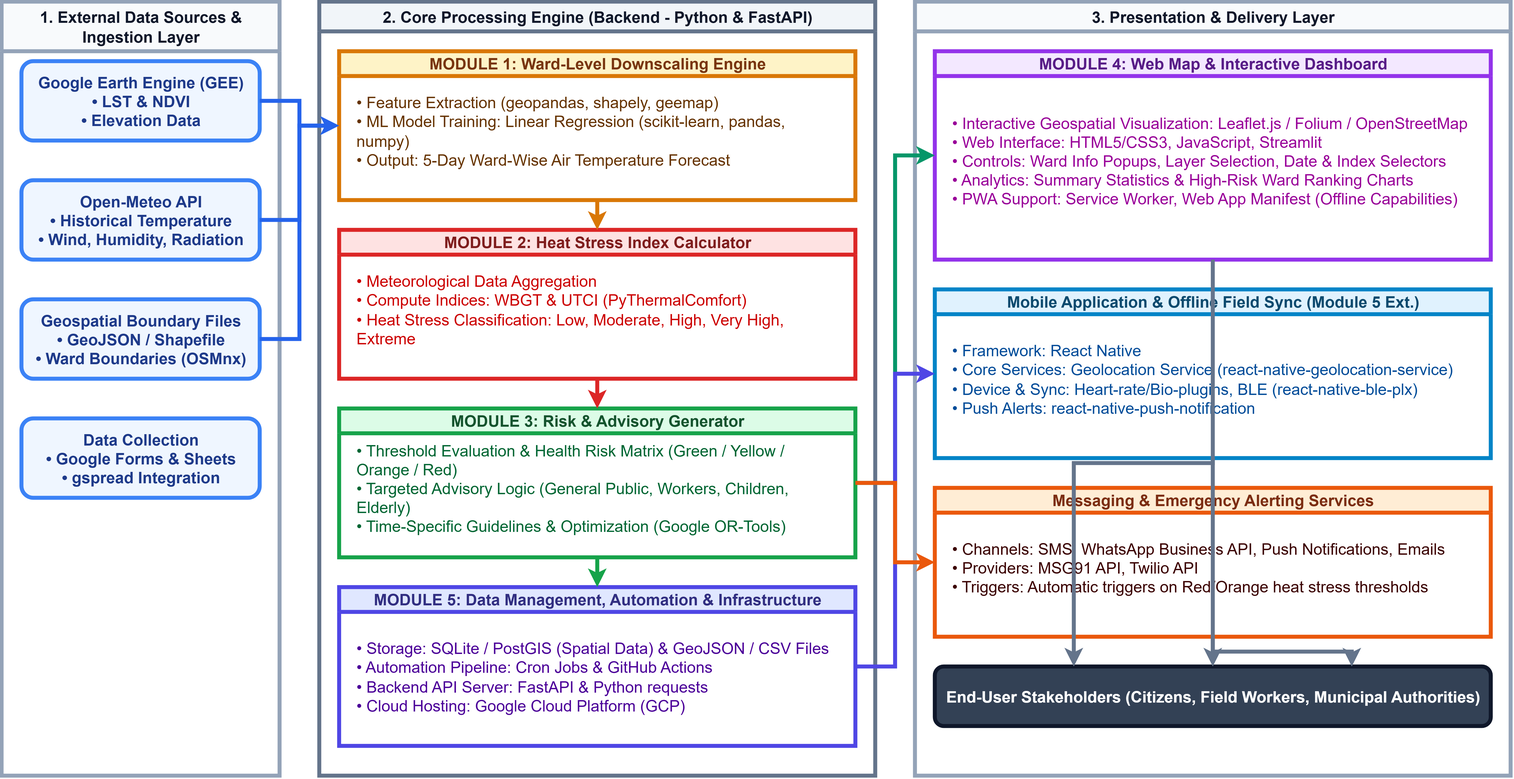
Earlier version of the draw.io export system architecture.png (shivamsharma-builds/DataShield-SIH-2026). Source tidied: cells renumbered, new cells last; positions are measured from the earlier drawing's top-left corner, leaving out a move shared by most shapes. Source of this version:
```xml
<mxGraphModel>
  <root>
    <mxCell id="0" />
    <mxCell id="1" parent="0" />
    <mxCell id="2" value="1. External Data Sources &amp;amp; Ingestion Layer" style="swimlane;whiteSpace=wrap;html=1;startSize=50;horizontal=1;fillColor=#F8FAFC;strokeColor=#94A3B8;fontStyle=1;fontSize=16;fontColor=#0F172A;strokeWidth=4;" parent="1" vertex="1">
      <mxGeometry width="280" height="780" as="geometry" />
    </mxCell>
    <mxCell id="3" value="Google Earth Engine (GEE)&#10;• LST &amp;amp; NDVI&#10;• Elevation Data" style="rounded=1;whiteSpace=wrap;html=1;fillColor=#EFF6FF;strokeColor=#3B82F6;fontColor=#1E3A8A;fontSize=16;fontStyle=1;strokeWidth=4;" parent="2" vertex="1">
      <mxGeometry x="20" y="60" width="240" height="80" as="geometry" />
    </mxCell>
    <mxCell id="4" value="Open-Meteo API&#10;• Historical Temperature&#10;• Wind, Humidity, Radiation" style="rounded=1;whiteSpace=wrap;html=1;fillColor=#EFF6FF;strokeColor=#3B82F6;fontColor=#1E3A8A;fontSize=16;fontStyle=1;strokeWidth=4;" parent="2" vertex="1">
      <mxGeometry x="20" y="180" width="240" height="80" as="geometry" />
    </mxCell>
    <mxCell id="5" value="Geospatial Boundary Files&#10;• GeoJSON / Shapefile&#10;• Ward Boundaries (OSMnx)" style="rounded=1;whiteSpace=wrap;html=1;fillColor=#EFF6FF;strokeColor=#3B82F6;fontColor=#1E3A8A;fontSize=16;fontStyle=1;strokeWidth=4;" parent="2" vertex="1">
      <mxGeometry x="20" y="300" width="240" height="80" as="geometry" />
    </mxCell>
    <mxCell id="6" value="Data Collection&#10;• Google Forms &amp;amp; Sheets&#10;• gspread Integration" style="rounded=1;whiteSpace=wrap;html=1;fillColor=#EFF6FF;strokeColor=#3B82F6;fontColor=#1E3A8A;fontSize=16;fontStyle=1;strokeWidth=4;" parent="2" vertex="1">
      <mxGeometry x="20" y="420" width="240" height="80" as="geometry" />
    </mxCell>
    <mxCell id="7" value="2. Core Processing Engine (Backend - Python &amp;amp; FastAPI)" style="swimlane;whiteSpace=wrap;html=1;startSize=30;horizontal=1;fillColor=#F1F5F9;strokeColor=#64748B;fontStyle=1;fontSize=16;fontColor=#0F172A;strokeWidth=4;" parent="1" vertex="1">
      <mxGeometry x="320" width="560" height="780" as="geometry" />
    </mxCell>
    <mxCell id="8" value="MODULE 1: Ward-Level Downscaling Engine" style="swimlane;whiteSpace=wrap;html=1;startSize=25;fillColor=#FEF3C7;strokeColor=#D97706;fontStyle=1;fontColor=#78350F;fontSize=16;strokeWidth=4;" parent="7" vertex="1">
      <mxGeometry x="20" y="50" width="520" height="150" as="geometry" />
    </mxCell>
    <mxCell id="9" value="• Feature Extraction (geopandas, shapely, geemap)&#10;• ML Model Training: Linear Regression (scikit-learn, pandas, numpy)&#10;• Output: 5-Day Ward-Wise Air Temperature Forecast" style="text;html=1;strokeColor=none;fillColor=none;align=left;verticalAlign=middle;whiteSpace=wrap;rounded=0;fontSize=16;fontColor=#663300;strokeWidth=4;" parent="8" vertex="1">
      <mxGeometry x="15" y="30" width="490" height="100" as="geometry" />
    </mxCell>
    <mxCell id="10" value="MODULE 2: Heat Stress Index Calculator" style="swimlane;whiteSpace=wrap;html=1;startSize=25;fillColor=#FEE2E2;strokeColor=#DC2626;fontStyle=1;fontColor=#7F1D1D;fontSize=16;strokeWidth=4;" parent="7" vertex="1">
      <mxGeometry x="20" y="230" width="520" height="150" as="geometry" />
    </mxCell>
    <mxCell id="11" value="• Meteorological Data Aggregation&#10;• Compute Indices: WBGT &amp;amp; UTCI (PyThermalComfort)&#10;• Heat Stress Classification: Low, Moderate, High, Very High, Extreme" style="text;html=1;strokeColor=none;fillColor=none;align=left;verticalAlign=middle;whiteSpace=wrap;rounded=0;fontSize=16;fontColor=#CC0000;strokeWidth=4;" parent="10" vertex="1">
      <mxGeometry x="15" y="30" width="490" height="100" as="geometry" />
    </mxCell>
    <mxCell id="12" value="MODULE 3: Risk &amp;amp; Advisory Generator" style="swimlane;whiteSpace=wrap;html=1;startSize=25;fillColor=#DCFCE7;strokeColor=#16A34A;fontStyle=1;fontColor=#14532D;fontSize=16;strokeWidth=4;" parent="7" vertex="1">
      <mxGeometry x="20" y="410" width="520" height="150" as="geometry" />
    </mxCell>
    <mxCell id="13" value="• Threshold Evaluation &amp;amp; Health Risk Matrix (Green / Yellow / Orange / Red)&#10;• Targeted Advisory Logic (General Public, Workers, Children, Elderly)&#10;• Time-Specific Guidelines &amp;amp; Optimization (Google OR-Tools)" style="text;html=1;strokeColor=none;fillColor=none;align=left;verticalAlign=middle;whiteSpace=wrap;rounded=0;fontSize=16;fontColor=#006633;strokeWidth=4;" parent="12" vertex="1">
      <mxGeometry x="15" y="30" width="490" height="100" as="geometry" />
    </mxCell>
    <mxCell id="14" value="MODULE 5: Data Management, Automation &amp;amp; Infrastructure" style="swimlane;whiteSpace=wrap;html=1;startSize=25;fillColor=#E0E7FF;strokeColor=#4F46E5;fontStyle=1;fontColor=#312E81;fontSize=16;strokeWidth=4;" parent="7" vertex="1">
      <mxGeometry x="20" y="590" width="520" height="160" as="geometry" />
    </mxCell>
    <mxCell id="15" value="• Storage: SQLite / PostGIS (Spatial Data) &amp;amp; GeoJSON / CSV Files&#10;• Automation Pipeline: Cron Jobs &amp;amp; GitHub Actions&#10;• Backend API Server: FastAPI &amp;amp; Python requests&#10;• Cloud Hosting: Google Cloud Platform (GCP)" style="text;html=1;strokeColor=none;fillColor=none;align=left;verticalAlign=middle;whiteSpace=wrap;rounded=0;fontSize=16;fontColor=#4C0099;strokeWidth=4;" parent="14" vertex="1">
      <mxGeometry x="15" y="30" width="490" height="120" as="geometry" />
    </mxCell>
    <mxCell id="16" value="3. Presentation &amp;amp; Delivery Layer" style="swimlane;whiteSpace=wrap;html=1;startSize=30;horizontal=1;fillColor=#F8FAFC;strokeColor=#94A3B8;fontStyle=1;fontSize=16;fontColor=#0F172A;strokeWidth=4;" parent="1" vertex="1">
      <mxGeometry x="920" width="600" height="780" as="geometry" />
    </mxCell>
    <mxCell id="17" value="MODULE 4: Web Map &amp;amp; Interactive Dashboard" style="swimlane;whiteSpace=wrap;html=1;startSize=25;fillColor=#F3E8FF;strokeColor=#9333EA;fontStyle=1;fontColor=#581C87;fontSize=16;strokeWidth=4;" parent="16" vertex="1">
      <mxGeometry x="20" y="50" width="560" height="210" as="geometry" />
    </mxCell>
    <mxCell id="18" value="• Interactive Geospatial Visualization: Leaflet.js / Folium / OpenStreetMap&#10;• Web Interface: HTML5/CSS3, JavaScript, Streamlit&#10;• Controls: Ward Info Popups, Layer Selection, Date &amp;amp; Index Selectors&#10;• Analytics: Summary Statistics &amp;amp; High-Risk Ward Ranking Charts&#10;• PWA Support: Service Worker, Web App Manifest (Offline Capabilities)" style="text;html=1;strokeColor=none;fillColor=none;align=left;verticalAlign=middle;whiteSpace=wrap;rounded=0;fontSize=16;fontColor=#990099;strokeWidth=4;" parent="17" vertex="1">
      <mxGeometry x="15" y="30" width="530" height="160" as="geometry" />
    </mxCell>
    <mxCell id="19" value="Mobile Application &amp;amp; Offline Field Sync (Module 5 Ext.)" style="swimlane;whiteSpace=wrap;html=1;startSize=25;fillColor=#E0F2FE;strokeColor=#0284C7;fontStyle=1;fontColor=#0C4A6E;fontSize=16;strokeWidth=4;" parent="16" vertex="1">
      <mxGeometry x="20" y="290" width="560" height="170" as="geometry" />
    </mxCell>
    <mxCell id="20" value="• Framework: React Native&#10;• Core Services: Geolocation Service (react-native-geolocation-service)&#10;• Device &amp;amp; Sync: Heart-rate/Bio-plugins, BLE (react-native-ble-plx)&#10;• Push Alerts: react-native-push-notification" style="text;html=1;strokeColor=none;fillColor=none;align=left;verticalAlign=middle;whiteSpace=wrap;rounded=0;fontSize=16;fontColor=#004C99;strokeWidth=4;" parent="19" vertex="1">
      <mxGeometry x="15" y="30" width="530" height="120" as="geometry" />
    </mxCell>
    <mxCell id="21" value="Messaging &amp;amp; Emergency Alerting Services" style="swimlane;whiteSpace=wrap;html=1;startSize=25;fillColor=#FFEDD5;strokeColor=#EA580C;fontStyle=1;fontColor=#7C2D12;fontSize=16;strokeWidth=4;" parent="16" vertex="1">
      <mxGeometry x="20" y="490" width="560" height="150" as="geometry" />
    </mxCell>
    <mxCell id="22" value="• Channels: SMS, WhatsApp Business API, Push Notifications, Emails&#10;• Providers: MSG91 API, Twilio API&#10;• Triggers: Automatic triggers on Red/Orange heat stress thresholds" style="text;html=1;strokeColor=none;fillColor=none;align=left;verticalAlign=middle;whiteSpace=wrap;rounded=0;fontSize=16;fontColor=#3B0000;strokeWidth=4;" parent="21" vertex="1">
      <mxGeometry x="15" y="30" width="530" height="100" as="geometry" />
    </mxCell>
    <mxCell id="23" value="End-User Stakeholders (Citizens, Field Workers, Municipal Authorities)" style="rounded=1;whiteSpace=wrap;html=1;fillColor=#334155;strokeColor=#0F172A;fontColor=#FFFFFF;fontStyle=1;fontSize=16;strokeWidth=4;" parent="16" vertex="1">
      <mxGeometry x="20" y="670" width="560" height="60" as="geometry" />
    </mxCell>
    <mxCell id="24" style="edgeStyle=orthogonalEdgeStyle;rounded=0;orthoHorig=1;exitX=1;exitY=0.5;entryX=0;entryY=0.5;strokeWidth=4;strokeColor=#2563EB;fontSize=16;" parent="1" edge="1" source="3" target="8">
      <mxGeometry relative="1" as="geometry" />
    </mxCell>
    <mxCell id="25" style="edgeStyle=orthogonalEdgeStyle;rounded=0;orthoHorig=1;exitX=1;exitY=0.5;entryX=0;entryY=0.5;strokeWidth=4;strokeColor=#2563EB;fontSize=16;" parent="1" edge="1" source="4" target="8">
      <mxGeometry relative="1" as="geometry" />
    </mxCell>
    <mxCell id="26" style="edgeStyle=orthogonalEdgeStyle;rounded=0;orthoHorig=1;exitX=1;exitY=0.5;entryX=0;entryY=0.5;strokeWidth=4;strokeColor=#2563EB;fontSize=16;" parent="1" edge="1" source="5" target="8">
      <mxGeometry relative="1" as="geometry" />
    </mxCell>
    <mxCell id="27" style="edgeStyle=orthogonalEdgeStyle;rounded=0;exitX=0.5;exitY=1;entryX=0.5;entryY=0;strokeWidth=4;strokeColor=#D97706;fontSize=16;" parent="1" edge="1" source="8" target="10">
      <mxGeometry relative="1" as="geometry" />
    </mxCell>
    <mxCell id="28" style="edgeStyle=orthogonalEdgeStyle;rounded=0;exitX=0.5;exitY=1;entryX=0.5;entryY=0;strokeWidth=4;strokeColor=#DC2626;fontSize=16;" parent="1" edge="1" source="10" target="12">
      <mxGeometry relative="1" as="geometry" />
    </mxCell>
    <mxCell id="29" style="edgeStyle=orthogonalEdgeStyle;rounded=0;exitX=0.5;exitY=1;entryX=0.5;entryY=0;strokeWidth=4;strokeColor=#16A34A;fontSize=16;" parent="1" edge="1" source="12" target="14">
      <mxGeometry relative="1" as="geometry" />
    </mxCell>
    <mxCell id="30" style="edgeStyle=orthogonalEdgeStyle;rounded=0;exitX=1;exitY=0.5;entryX=0;entryY=0.5;strokeWidth=4;strokeColor=#059669;fontSize=16;" parent="1" edge="1" source="12" target="17">
      <mxGeometry relative="1" as="geometry" />
    </mxCell>
    <mxCell id="31" style="edgeStyle=orthogonalEdgeStyle;rounded=0;exitX=1;exitY=0.5;entryX=0;entryY=0.5;strokeWidth=4;strokeColor=#4F46E5;fontSize=16;" parent="1" edge="1" source="14" target="19">
      <mxGeometry relative="1" as="geometry" />
    </mxCell>
    <mxCell id="32" style="edgeStyle=orthogonalEdgeStyle;rounded=0;exitX=1;exitY=0.5;entryX=0;entryY=0.5;strokeWidth=4;strokeColor=#EA580C;fontSize=16;" parent="1" edge="1" source="12" target="21">
      <mxGeometry relative="1" as="geometry" />
    </mxCell>
    <mxCell id="33" style="edgeStyle=orthogonalEdgeStyle;rounded=0;exitX=0.5;exitY=1;entryX=0.25;entryY=0;strokeWidth=4;strokeColor=#64748B;fontSize=16;" parent="1" edge="1" source="17" target="23">
      <mxGeometry relative="1" as="geometry" />
    </mxCell>
    <mxCell id="34" style="edgeStyle=orthogonalEdgeStyle;rounded=0;exitX=0.5;exitY=1;entryX=0.5;entryY=0;strokeWidth=4;strokeColor=#64748B;fontSize=16;" parent="1" edge="1" source="19" target="23">
      <mxGeometry relative="1" as="geometry" />
    </mxCell>
    <mxCell id="35" style="edgeStyle=orthogonalEdgeStyle;rounded=0;exitX=0.5;exitY=1;entryX=0.75;entryY=0;strokeWidth=4;strokeColor=#64748B;fontSize=16;" parent="1" edge="1" source="21" target="23">
      <mxGeometry relative="1" as="geometry" />
    </mxCell>
  </root>
</mxGraphModel>
```
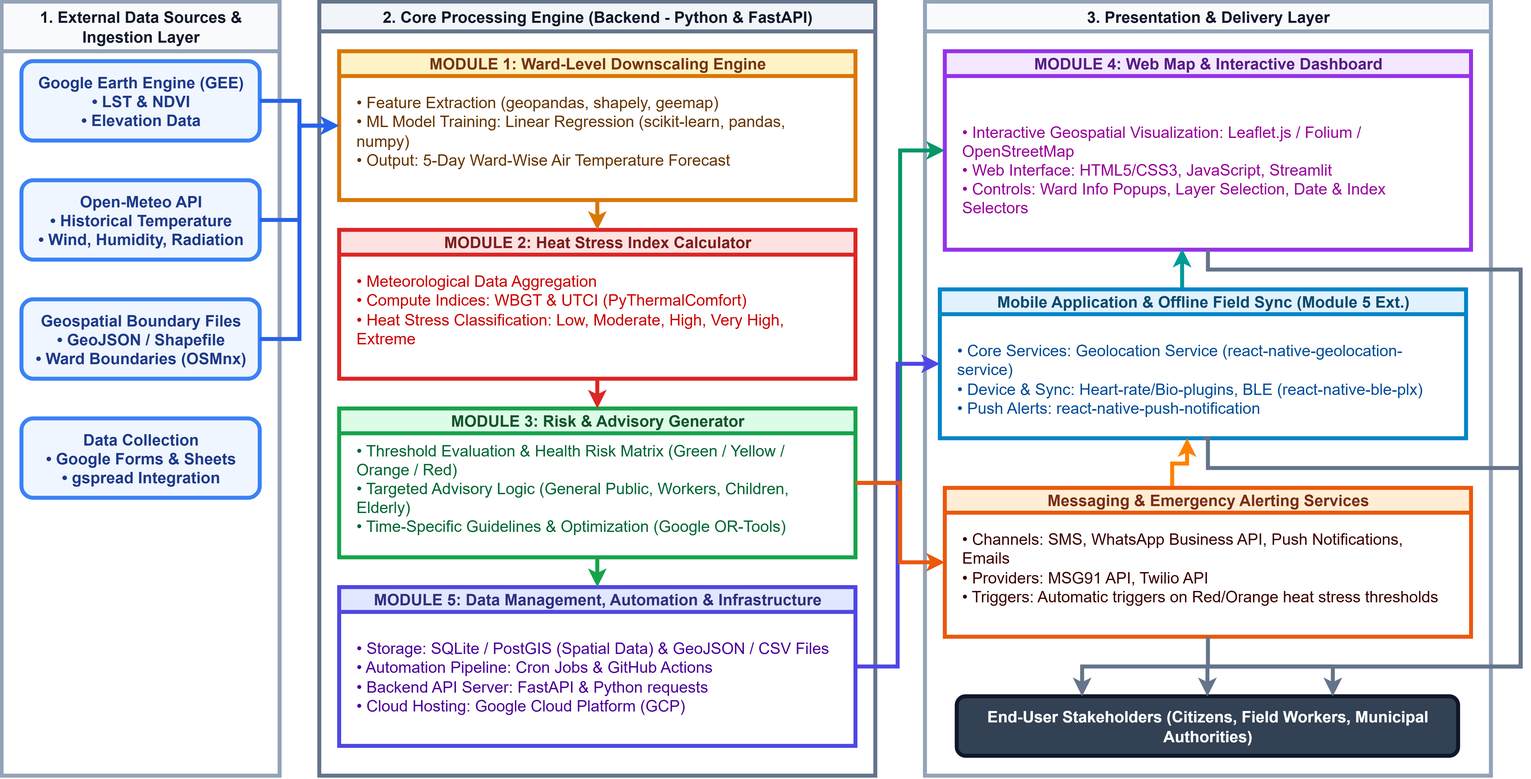
After the change.

Diff of the diagram source:
```diff
@@ -45,28 +45,40 @@
       <mxGeometry x="15" y="30" width="490" height="120" as="geometry" />
     </mxCell>
     <mxCell id="16" value="3. Presentation &amp;amp; Delivery Layer" style="swimlane;whiteSpace=wrap;html=1;startSize=30;horizontal=1;fillColor=#F8FAFC;strokeColor=#94A3B8;fontStyle=1;fontSize=16;fontColor=#0F172A;strokeWidth=4;" parent="1" vertex="1">
-      <mxGeometry x="920" width="600" height="780" as="geometry" />
+      <mxGeometry x="930" width="570" height="780" as="geometry" />
     </mxCell>
     <mxCell id="17" value="MODULE 4: Web Map &amp;amp; Interactive Dashboard" style="swimlane;whiteSpace=wrap;html=1;startSize=25;fillColor=#F3E8FF;strokeColor=#9333EA;fontStyle=1;fontColor=#581C87;fontSize=16;strokeWidth=4;" parent="16" vertex="1">
-      <mxGeometry x="20" y="50" width="560" height="210" as="geometry" />
+      <mxGeometry x="20" y="50" width="530" height="200" as="geometry" />
     </mxCell>
-    <mxCell id="18" value="• Interactive Geospatial Visualization: Leaflet.js / Folium / OpenStreetMap&#10;• Web Interface: HTML5/CSS3, JavaScript, Streamlit&#10;• Controls: Ward Info Popups, Layer Selection, Date &amp;amp; Index Selectors&#10;• Analytics: Summary Statistics &amp;amp; High-Risk Ward Ranking Charts&#10;• PWA Support: Service Worker, Web App Manifest (Offline Capabilities)" style="text;html=1;strokeColor=none;fillColor=none;align=left;verticalAlign=middle;whiteSpace=wrap;rounded=0;fontSize=16;fontColor=#990099;strokeWidth=4;" parent="17" vertex="1">
-      <mxGeometry x="15" y="30" width="530" height="160" as="geometry" />
+    <mxCell id="18" value="• Interactive Geospatial Visualization: Leaflet.js / Folium / OpenStreetMap&lt;br&gt;• Web Interface: HTML5/CSS3, JavaScript, Streamlit&lt;br&gt;• Controls: Ward Info Popups, Layer Selection, Date &amp;amp; Index Selectors" style="text;html=1;strokeColor=none;fillColor=none;align=left;verticalAlign=middle;whiteSpace=wrap;rounded=0;fontSize=16;fontColor=#990099;strokeWidth=4;" parent="17" vertex="1">
+      <mxGeometry x="15" y="39" width="490" height="160" as="geometry" />
     </mxCell>
+    <mxCell id="36" style="edgeStyle=orthogonalEdgeStyle;rounded=0;orthogonalLoop=1;jettySize=auto;html=1;strokeColor=#009999;strokeWidth=4;" parent="16" edge="1">
+      <mxGeometry relative="1" as="geometry">
+        <mxPoint x="259" y="290" as="sourcePoint" />
+        <mxPoint x="259" y="249" as="targetPoint" />
+      </mxGeometry>
+    </mxCell>
     <mxCell id="19" value="Mobile Application &amp;amp; Offline Field Sync (Module 5 Ext.)" style="swimlane;whiteSpace=wrap;html=1;startSize=25;fillColor=#E0F2FE;strokeColor=#0284C7;fontStyle=1;fontColor=#0C4A6E;fontSize=16;strokeWidth=4;" parent="16" vertex="1">
-      <mxGeometry x="20" y="290" width="560" height="170" as="geometry" />
+      <mxGeometry x="15" y="290" width="530" height="150" as="geometry" />
     </mxCell>
-    <mxCell id="20" value="• Framework: React Native&#10;• Core Services: Geolocation Service (react-native-geolocation-service)&#10;• Device &amp;amp; Sync: Heart-rate/Bio-plugins, BLE (react-native-ble-plx)&#10;• Push Alerts: react-native-push-notification" style="text;html=1;strokeColor=none;fillColor=none;align=left;verticalAlign=middle;whiteSpace=wrap;rounded=0;fontSize=16;fontColor=#004C99;strokeWidth=4;" parent="19" vertex="1">
-      <mxGeometry x="15" y="30" width="530" height="120" as="geometry" />
+    <mxCell id="20" value="• Core Services: Geolocation Service (react-native-geolocation-service)&lt;br&gt;• Device &amp;amp; Sync: Heart-rate/Bio-plugins, BLE (react-native-ble-plx)&lt;br&gt;• Push Alerts: react-native-push-notification" style="text;html=1;strokeColor=none;fillColor=none;align=left;verticalAlign=middle;whiteSpace=wrap;rounded=0;fontSize=16;fontColor=#004C99;strokeWidth=4;" parent="19" vertex="1">
+      <mxGeometry x="15" y="30" width="490" height="120" as="geometry" />
     </mxCell>
+    <mxCell id="37" style="edgeStyle=orthogonalEdgeStyle;rounded=0;orthogonalLoop=1;jettySize=auto;html=1;exitX=0.5;exitY=0;exitDx=0;exitDy=0;entryX=0.5;entryY=1;entryDx=0;entryDy=0;strokeWidth=4;strokeColor=#FF8000;" parent="16" edge="1">
+      <mxGeometry relative="1" as="geometry">
+        <mxPoint x="269" y="490" as="sourcePoint" />
+        <mxPoint x="264" y="440" as="targetPoint" />
+      </mxGeometry>
+    </mxCell>
     <mxCell id="21" value="Messaging &amp;amp; Emergency Alerting Services" style="swimlane;whiteSpace=wrap;html=1;startSize=25;fillColor=#FFEDD5;strokeColor=#EA580C;fontStyle=1;fontColor=#7C2D12;fontSize=16;strokeWidth=4;" parent="16" vertex="1">
-      <mxGeometry x="20" y="490" width="560" height="150" as="geometry" />
+      <mxGeometry x="20" y="490" width="530" height="150" as="geometry" />
     </mxCell>
     <mxCell id="22" value="• Channels: SMS, WhatsApp Business API, Push Notifications, Emails&#10;• Providers: MSG91 API, Twilio API&#10;• Triggers: Automatic triggers on Red/Orange heat stress thresholds" style="text;html=1;strokeColor=none;fillColor=none;align=left;verticalAlign=middle;whiteSpace=wrap;rounded=0;fontSize=16;fontColor=#3B0000;strokeWidth=4;" parent="21" vertex="1">
-      <mxGeometry x="15" y="30" width="530" height="100" as="geometry" />
+      <mxGeometry x="15" y="30" width="490" height="100" as="geometry" />
     </mxCell>
     <mxCell id="23" value="End-User Stakeholders (Citizens, Field Workers, Municipal Authorities)" style="rounded=1;whiteSpace=wrap;html=1;fillColor=#334155;strokeColor=#0F172A;fontColor=#FFFFFF;fontStyle=1;fontSize=16;strokeWidth=4;" parent="16" vertex="1">
-      <mxGeometry x="20" y="670" width="560" height="60" as="geometry" />
+      <mxGeometry x="32" y="700" width="505" height="60" as="geometry" />
     </mxCell>
     <mxCell id="24" style="edgeStyle=orthogonalEdgeStyle;rounded=0;orthoHorig=1;exitX=1;exitY=0.5;entryX=0;entryY=0.5;strokeWidth=4;strokeColor=#2563EB;fontSize=16;" parent="1" edge="1" source="3" target="8">
       <mxGeometry relative="1" as="geometry" />
@@ -95,11 +107,28 @@
     <mxCell id="32" style="edgeStyle=orthogonalEdgeStyle;rounded=0;exitX=1;exitY=0.5;entryX=0;entryY=0.5;strokeWidth=4;strokeColor=#EA580C;fontSize=16;" parent="1" edge="1" source="12" target="21">
       <mxGeometry relative="1" as="geometry" />
     </mxCell>
-    <mxCell id="33" style="edgeStyle=orthogonalEdgeStyle;rounded=0;exitX=0.5;exitY=1;entryX=0.25;entryY=0;strokeWidth=4;strokeColor=#64748B;fontSize=16;" parent="1" edge="1" source="17" target="23">
-      <mxGeometry relative="1" as="geometry" />
+    <mxCell id="33" style="edgeStyle=orthogonalEdgeStyle;rounded=0;exitX=0.5;exitY=1;entryX=0.25;entryY=0;strokeWidth=4;strokeColor=#64748B;fontSize=16;" parent="1" edge="1">
+      <mxGeometry relative="1" as="geometry">
+        <mxPoint x="1215" y="250" as="sourcePoint" />
+        <mxPoint x="1088.2" y="700" as="targetPoint" />
+        <Array as="points">
+          <mxPoint x="1214.9" y="270.1" />
+          <mxPoint x="1530" y="270.1" />
+          <mxPoint x="1530" y="670.1" />
+          <mxPoint x="1088.3" y="670.1" />
+        </Array>
+      </mxGeometry>
     </mxCell>
     <mxCell id="34" style="edgeStyle=orthogonalEdgeStyle;rounded=0;exitX=0.5;exitY=1;entryX=0.5;entryY=0;strokeWidth=4;strokeColor=#64748B;fontSize=16;" parent="1" edge="1" source="19" target="23">
-      <mxGeometry relative="1" as="geometry" />
+      <mxGeometry relative="1" as="geometry">
+        <Array as="points">
+          <mxPoint x="1214.9" y="440.1" />
+          <mxPoint x="1214.9" y="470.1" />
+          <mxPoint x="1530" y="470.1" />
+          <mxPoint x="1530" y="670.2" />
+          <mxPoint x="1214.5" y="670.2" />
+        </Array>
+      </mxGeometry>
     </mxCell>
     <mxCell id="35" style="edgeStyle=orthogonalEdgeStyle;rounded=0;exitX=0.5;exitY=1;entryX=0.75;entryY=0;strokeWidth=4;strokeColor=#64748B;fontSize=16;" parent="1" edge="1" source="21" target="23">
       <mxGeometry relative="1" as="geometry" />
```
